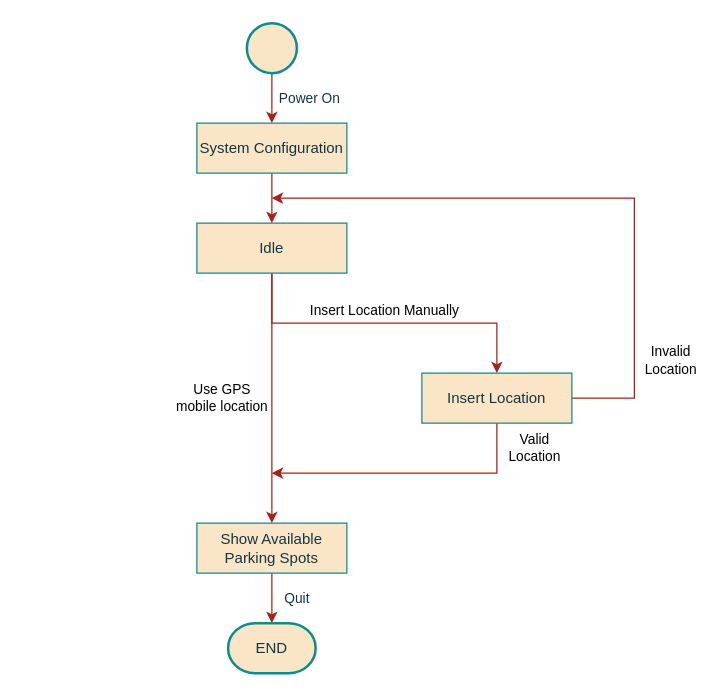
The draw.io diagram page "WebSite_StateChart" (4 of 6) of project/report/flowcharts/RemoteSystem.drawio in ESRGgroup9/slipad, before the edit. Source tidied: cells renumbered, new cells numbered last; positions are measured from the earlier drawing's top-left corner, leaving out a move shared by most shapes. Both pictures are drawn from the tidied source at 125%, with x=0, y=0 at pixel (196, 22).
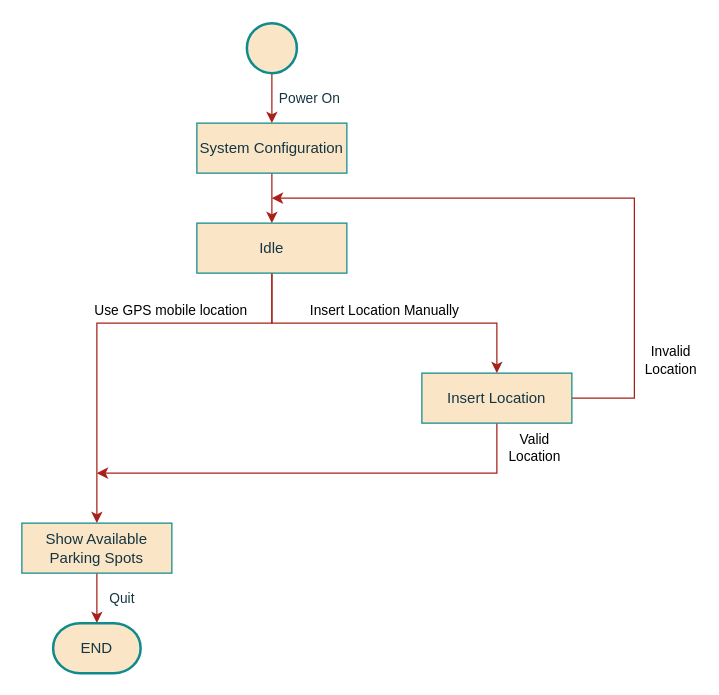
After the change.

The change refers to these unchanged cells:
```xml
<mxCell id="10" value="Insert Location" style="rounded=0;whiteSpace=wrap;html=1;sketch=0;fontColor=#143642;strokeColor=#0F8B8D;fillColor=#FAE5C7;" parent="1" vertex="1">
  <mxGeometry x="180" y="280" width="120" height="40" as="geometry" />
</mxCell>
<mxCell id="14" value="Idle" style="rounded=0;whiteSpace=wrap;html=1;sketch=0;fontColor=#143642;strokeColor=#0F8B8D;fillColor=#FAE5C7;" parent="1" vertex="1">
  <mxGeometry y="160" width="120" height="40" as="geometry" />
</mxCell>
```

Change to the diagram source:
```diff
@@
     <mxCell id="6" value="END" style="strokeWidth=2;html=1;shape=mxgraph.flowchart.terminator;whiteSpace=wrap;fillColor=#FAE5C7;align=center;verticalAlign=middle;strokeColor=#0F8B8D;fontColor=#143642;" parent="1" vertex="1">
-      <mxGeometry x="25" y="480" width="70" height="40" as="geometry" />
+      <mxGeometry x="-115" y="480" width="70" height="40" as="geometry" />
     </mxCell>
@@
     <mxCell id="9" value="&lt;div&gt;Valid &lt;br&gt;&lt;/div&gt;&lt;div&gt;Location&lt;/div&gt;" style="edgeStyle=orthogonalEdgeStyle;rounded=0;jettySize=auto;html=1;strokeColor=#A8201A;labelBackgroundColor=none;" parent="1" edge="1" source="10">
-      <mxGeometry x="-0.82" y="30" relative="1" as="geometry">
-        <mxPoint x="60" y="360" as="targetPoint" />
+      <mxGeometry x="-0.89" y="30" relative="1" as="geometry">
+        <mxPoint x="-80" y="360" as="targetPoint" />
         <Array as="points">
           <mxPoint x="240" y="360" />
           <mxPoint x="60" y="360" />
         </Array>
       </mxGeometry>
     </mxCell>
@@
     <mxCell id="11" value="&lt;div&gt;Show Available &lt;br&gt;&lt;/div&gt;&lt;div&gt;Parking Spots&lt;/div&gt;" style="rounded=0;whiteSpace=wrap;html=1;sketch=0;fontColor=#143642;strokeColor=#0F8B8D;fillColor=#FAE5C7;" parent="1" vertex="1">
-      <mxGeometry y="400" width="120" height="40" as="geometry" />
+      <mxGeometry x="-140" y="400" width="120" height="40" as="geometry" />
     </mxCell>
-    <mxCell id="12" value="&lt;div&gt;Use GPS &lt;br&gt;&lt;/div&gt;&lt;div&gt;mobile location&lt;/div&gt;" style="edgeStyle=orthogonalEdgeStyle;rounded=0;jettySize=auto;html=1;entryX=0.5;entryY=0;entryDx=0;entryDy=0;strokeColor=#A8201A;" parent="1" edge="1" source="14" target="11">
-      <mxGeometry y="-40" relative="1" as="geometry" />
+    <mxCell id="12" value="&lt;div&gt;Use GPS mobile location&lt;/div&gt;" style="edgeStyle=orthogonalEdgeStyle;rounded=0;jettySize=auto;html=1;entryX=0.5;entryY=0;entryDx=0;entryDy=0;strokeColor=#A8201A;" parent="1" edge="1" source="14" target="11">
+      <mxGeometry x="-0.29" y="-10" relative="1" as="geometry">
+        <Array as="points">
+          <mxPoint x="60" y="240" />
+          <mxPoint x="-80" y="240" />
+        </Array>
+      </mxGeometry>
     </mxCell>
```
